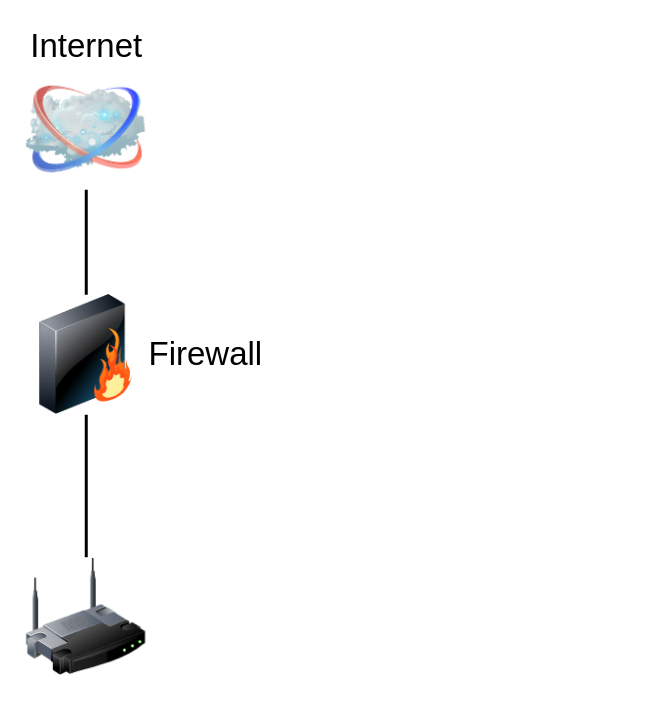
Before: VPNS.drawio in michaelrmartins/influx-diagram, a draw.io diagram. Source tidied: cells renumbered, new cells numbered last; positions are measured from the earlier drawing's top-left corner, leaving out a move shared by most shapes. Both pictures are drawn from the tidied source at 150%, with x=0, y=0 at pixel (26, 69).
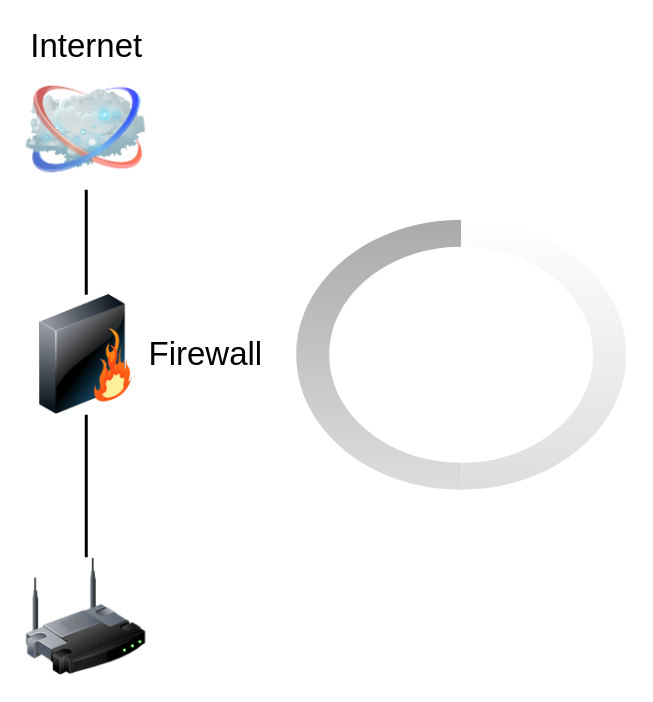
Above is the later version.

Diff of the diagram source:
```diff
@@
 <mxGraphModel>
   <root>
     <mxCell id="0" />
     <mxCell id="1" parent="0" />
     <mxCell id="2" style="edgeStyle=none;rounded=0;html=1;labelBackgroundColor=none;endArrow=none;strokeWidth=2;fontFamily=Verdana;fontSize=22;" parent="1" edge="1" source="3" target="6">
       <mxGeometry relative="1" as="geometry" />
     </mxCell>
     <mxCell id="3" style="image;html=1;labelBackgroundColor=#ffffff;image=img/lib/clip_art/networking/Wireless_Router_128x128.png;rounded=1;shadow=0;comic=0;strokeWidth=2;fontSize=22;" parent="1" vertex="1">
       <mxGeometry y="325" width="80" height="80" as="geometry" />
     </mxCell>
     <mxCell id="4" value="Internet" style="image;html=1;labelBackgroundColor=#ffffff;image=img/lib/clip_art/networking/Cloud_128x128.png;rounded=1;shadow=0;comic=0;strokeWidth=2;fontSize=22;labelPosition=center;verticalLabelPosition=top;align=center;verticalAlign=bottom;" parent="1" vertex="1">
       <mxGeometry width="80" height="80" as="geometry" />
     </mxCell>
     <mxCell id="5" style="edgeStyle=none;rounded=0;html=1;labelBackgroundColor=none;endArrow=none;strokeWidth=2;fontFamily=Verdana;fontSize=22;" parent="1" edge="1" source="6" target="4">
       <mxGeometry relative="1" as="geometry" />
     </mxCell>
     <mxCell id="6" value="Firewall" style="image;html=1;labelBackgroundColor=#ffffff;image=img/lib/clip_art/networking/Firewall_128x128.png;rounded=1;shadow=0;comic=0;strokeWidth=2;fontSize=22;labelPosition=right;verticalLabelPosition=middle;align=left;verticalAlign=middle;" parent="1" vertex="1">
       <mxGeometry y="150" width="80" height="80" as="geometry" />
     </mxCell>
+    <mxCell id="7" style="verticalLabelPosition=bottom;verticalAlign=top;html=1;shadow=0;dashed=0;strokeWidth=1;shape=mxgraph.android.indeterminateSpinner;" parent="1" vertex="1">
+      <mxGeometry x="180" y="100" width="220" height="180" as="geometry" />
+    </mxCell>
   </root>
 </mxGraphModel>
```
